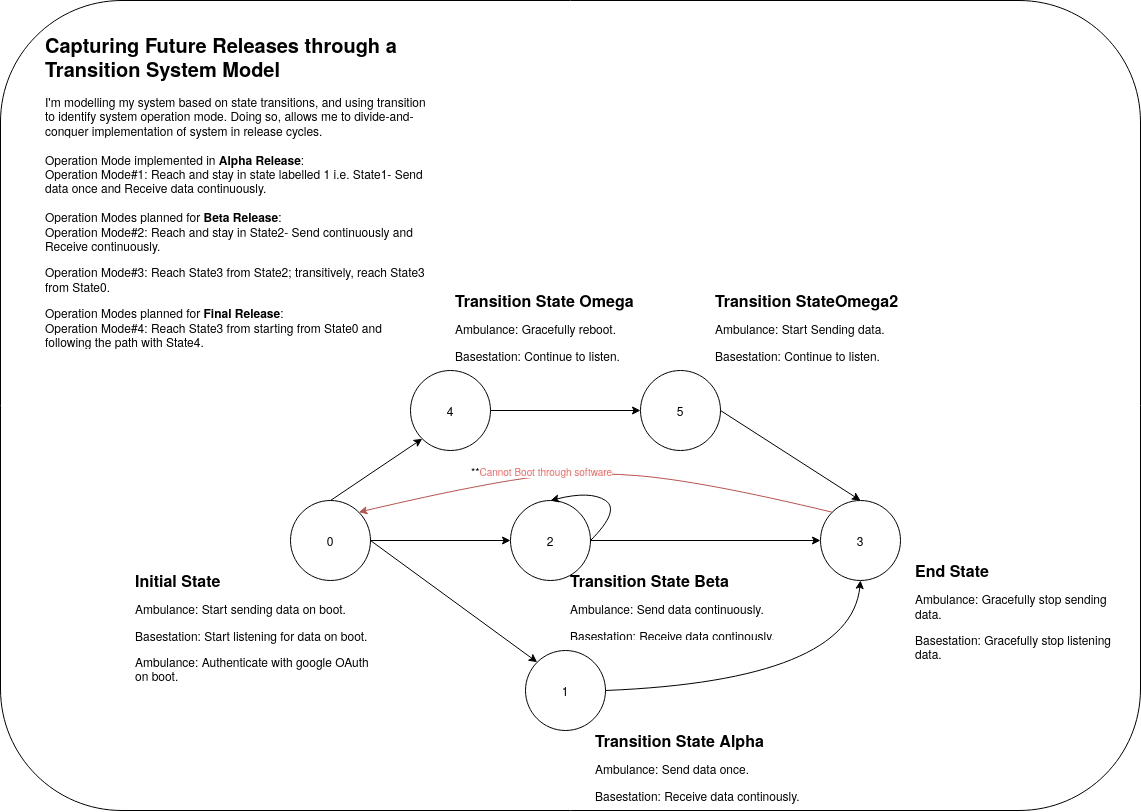
Above: docs/gate4-systemhealthreporting/gate4_syshealth_images/im12.png in yoniblum/ENG4000-Team-A-F (draw.io), before the change. Source tidied: cells renumbered, new cells last; positions are measured from the earlier drawing's top-left corner, leaving out a move shared by most shapes.
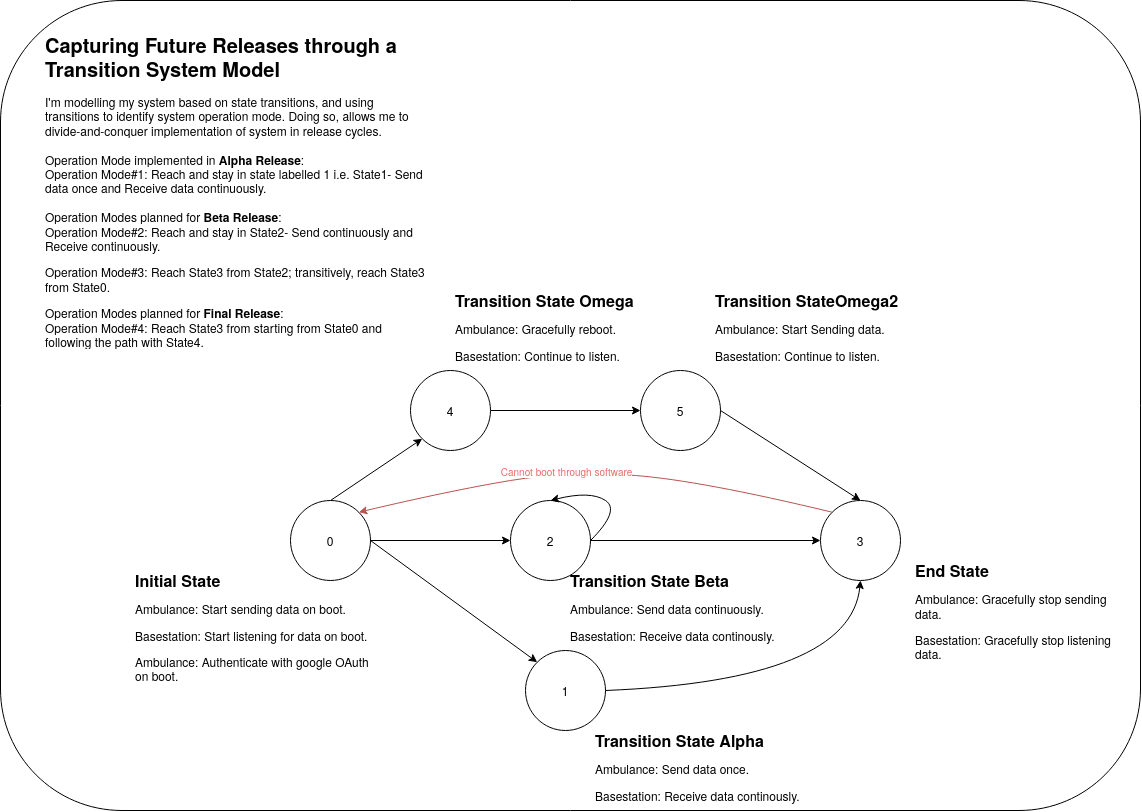
The same file after the commit.

Commit message:
updating transition system diagram

Diff of the diagram source:
```diff
@@ -41,12 +41,12 @@
         </Array>
       </mxGeometry>
     </mxCell>
-    <mxCell id="13" value="**&lt;font style=&quot;font-size: 10px&quot; color=&quot;#EA6B66&quot;&gt;Cannot Boot through software&lt;/font&gt;" style="edgeLabel;html=1;align=center;verticalAlign=middle;rotation=0;" parent="12" vertex="1">
+    <mxCell id="13" value="&lt;font style=&quot;font-size: 10px&quot; color=&quot;#EA6B66&quot;&gt;Cannot boot through software&lt;/font&gt;" style="edgeLabel;html=1;align=center;verticalAlign=middle;rotation=0;" parent="12" vertex="1">
       <mxGeometry x="-0.17" y="-50" relative="1" as="geometry">
-        <mxPoint x="-98.1" y="44.9" as="offset" />
+        <mxPoint x="-73.1" y="44.9" as="offset" />
       </mxGeometry>
     </mxCell>
-    <mxCell id="14" value="&lt;h1 style=&quot;font-size: 20px&quot;&gt;Capturing Future Releases through a Transition System Model&lt;/h1&gt;&lt;div&gt;I'm modelling my system based on state transitions, and using transition to identify system operation mode. Doing so, allows me to divide-and-conquer implementation of system in release cycles.&lt;/div&gt;&lt;div&gt;&lt;br&gt;&lt;/div&gt;&lt;div&gt;Operation Mode implemented in &lt;b&gt;Alpha Release&lt;/b&gt;: &lt;br&gt;&lt;/div&gt;&lt;div&gt;Operation Mode#1: Reach and stay in state labelled 1 i.e. State1- Send data once and Receive data continuously.&lt;/div&gt;&lt;div&gt;&lt;br&gt;&lt;/div&gt;&lt;div&gt;Operation Modes planned for &lt;b&gt;Beta Release&lt;/b&gt;:&lt;br&gt;&lt;/div&gt;&lt;div&gt;Operation Mode#2: Reach and stay in State2- Send continuously and Receive continuously.&lt;br&gt;&lt;/div&gt;&lt;p&gt;Operation Mode#3: Reach State3 from State2; transitively, reach State3 from State0.&lt;/p&gt;&lt;div&gt;Operation Modes planned for &lt;b&gt;Final Release&lt;/b&gt;:&lt;br&gt;&lt;/div&gt;&lt;div&gt;Operation Mode#4: Reach State3 from starting from State0 and following the path with State4.&lt;/div&gt;" style="text;html=1;strokeColor=none;fillColor=none;spacing=5;spacingTop=-20;whiteSpace=wrap;overflow=hidden;rounded=0;" parent="1" vertex="1">
+    <mxCell id="14" value="&lt;h1 style=&quot;font-size: 20px&quot;&gt;Capturing Future Releases through a Transition System Model&lt;/h1&gt;&lt;div&gt;I'm modelling my system based on state transitions, and using transitions to identify system operation mode. Doing so, allows me to divide-and-conquer implementation of system in release cycles.&lt;/div&gt;&lt;div&gt;&lt;br&gt;&lt;/div&gt;&lt;div&gt;Operation Mode implemented in &lt;b&gt;Alpha Release&lt;/b&gt;: &lt;br&gt;&lt;/div&gt;&lt;div&gt;Operation Mode#1: Reach and stay in state labelled 1 i.e. State1- Send data once and Receive data continuously.&lt;/div&gt;&lt;div&gt;&lt;br&gt;&lt;/div&gt;&lt;div&gt;Operation Modes planned for &lt;b&gt;Beta Release&lt;/b&gt;:&lt;br&gt;&lt;/div&gt;&lt;div&gt;Operation Mode#2: Reach and stay in State2- Send continuously and Receive continuously.&lt;br&gt;&lt;/div&gt;&lt;p&gt;Operation Mode#3: Reach State3 from State2; transitively, reach State3 from State0.&lt;/p&gt;&lt;div&gt;Operation Modes planned for &lt;b&gt;Final Release&lt;/b&gt;:&lt;br&gt;&lt;/div&gt;&lt;div&gt;Operation Mode#4: Reach State3 from starting from State0 and following the path with State4.&lt;/div&gt;" style="text;html=1;strokeColor=none;fillColor=none;spacing=5;spacingTop=-20;whiteSpace=wrap;overflow=hidden;rounded=0;" parent="1" vertex="1">
       <mxGeometry x="40" y="30" width="390" height="400" as="geometry" />
     </mxCell>
     <mxCell id="15" value="5" style="ellipse;whiteSpace=wrap;html=1;" parent="1" vertex="1">
@@ -59,7 +59,7 @@
       <mxGeometry x="510" y="500" width="80" height="80" as="geometry" />
     </mxCell>
     <mxCell id="18" value="&lt;h1 style=&quot;font-size: 16px&quot;&gt;Transition State Beta&lt;br&gt;&lt;/h1&gt;&lt;p&gt;Ambulance: Send data continuously.&lt;br&gt;&lt;/p&gt;&lt;p&gt;Basestation: Receive data continously.&lt;br&gt;&lt;/p&gt;" style="text;html=1;strokeColor=none;fillColor=none;spacing=5;spacingTop=-20;whiteSpace=wrap;overflow=hidden;rounded=0;" parent="1" vertex="1">
-      <mxGeometry x="565" y="570" width="230" height="70" as="geometry" />
+      <mxGeometry x="565" y="570" width="230" height="80" as="geometry" />
     </mxCell>
     <mxCell id="19" style="endArrow=classic;html=1;exitX=1;exitY=0.5;exitDx=0;exitDy=0;entryX=0;entryY=0.5;entryDx=0;entryDy=0;" parent="1" edge="1" source="17" target="6">
       <mxGeometry relative="1" as="geometry" />
```
